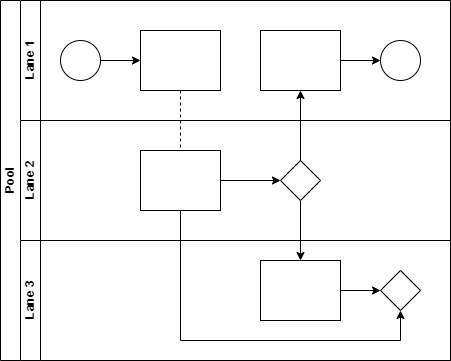
Before: 222.drawio.png, a diagram exported from draw.io (liodegwin/diagrams). Source tidied: cells renumbered, new cells last; positions are measured from the earlier drawing's top-left corner, leaving out a move shared by most shapes. Its diagram source:
```xml
<mxGraphModel>
  <root>
    <mxCell id="0" />
    <mxCell id="1" parent="0" />
    <mxCell id="2" value="Pool" style="swimlane;html=1;horizontal=0;startSize=20;" parent="1" vertex="1">
      <mxGeometry width="450" height="360" as="geometry" />
    </mxCell>
    <mxCell id="3" style="edgeStyle=orthogonalEdgeStyle;rounded=0;jettySize=auto;html=1;dashed=1;endArrow=none;endFill=0;" parent="2" edge="1" source="10" target="16">
      <mxGeometry relative="1" as="geometry" />
    </mxCell>
    <mxCell id="4" style="edgeStyle=orthogonalEdgeStyle;rounded=0;jettySize=auto;html=1;endArrow=classic;endFill=1;" parent="2" edge="1" source="17" target="12">
      <mxGeometry relative="1" as="geometry" />
    </mxCell>
    <mxCell id="5" style="edgeStyle=orthogonalEdgeStyle;rounded=0;jettySize=auto;html=1;endArrow=classic;endFill=1;" parent="2" edge="1" source="17" target="20">
      <mxGeometry relative="1" as="geometry" />
    </mxCell>
    <mxCell id="6" style="edgeStyle=orthogonalEdgeStyle;rounded=0;jettySize=auto;html=1;endArrow=classic;endFill=1;" parent="2" edge="1" source="16" target="21">
      <mxGeometry relative="1" as="geometry">
        <Array as="points">
          <mxPoint x="180" y="340" />
          <mxPoint x="400" y="340" />
        </Array>
      </mxGeometry>
    </mxCell>
    <mxCell id="7" value="Lane 1" style="swimlane;html=1;startSize=20;horizontal=0;" parent="2" vertex="1">
      <mxGeometry x="20" width="430" height="120" as="geometry" />
    </mxCell>
    <mxCell id="8" style="edgeStyle=orthogonalEdgeStyle;rounded=0;jettySize=auto;html=1;" parent="7" edge="1" source="9" target="10">
      <mxGeometry relative="1" as="geometry" />
    </mxCell>
    <mxCell id="9" style="ellipse;whiteSpace=wrap;html=1;" parent="7" vertex="1">
      <mxGeometry x="40" y="40" width="40" height="40" as="geometry" />
    </mxCell>
    <mxCell id="10" style="rounded=0;whiteSpace=wrap;html=1;fontFamily=Helvetica;fontSize=12;fontColor=#000000;align=center;" parent="7" vertex="1">
      <mxGeometry x="120" y="30" width="80" height="60" as="geometry" />
    </mxCell>
    <mxCell id="11" style="edgeStyle=orthogonalEdgeStyle;rounded=0;jettySize=auto;html=1;endArrow=classic;endFill=1;" parent="7" edge="1" source="12" target="13">
      <mxGeometry relative="1" as="geometry" />
    </mxCell>
    <mxCell id="12" style="rounded=0;whiteSpace=wrap;html=1;fontFamily=Helvetica;fontSize=12;fontColor=#000000;align=center;" parent="7" vertex="1">
      <mxGeometry x="240" y="30" width="80" height="60" as="geometry" />
    </mxCell>
    <mxCell id="13" style="ellipse;whiteSpace=wrap;html=1;" parent="7" vertex="1">
      <mxGeometry x="360" y="40" width="40" height="40" as="geometry" />
    </mxCell>
    <mxCell id="14" value="Lane 2" style="swimlane;html=1;startSize=20;horizontal=0;" parent="2" vertex="1">
      <mxGeometry x="20" y="120" width="430" height="120" as="geometry" />
    </mxCell>
    <mxCell id="15" style="edgeStyle=orthogonalEdgeStyle;rounded=0;jettySize=auto;html=1;endArrow=classic;endFill=1;" parent="14" edge="1" source="16" target="17">
      <mxGeometry relative="1" as="geometry" />
    </mxCell>
    <mxCell id="16" style="rounded=0;whiteSpace=wrap;html=1;fontFamily=Helvetica;fontSize=12;fontColor=#000000;align=center;" parent="14" vertex="1">
      <mxGeometry x="120" y="30" width="80" height="60" as="geometry" />
    </mxCell>
    <mxCell id="17" style="rhombus;whiteSpace=wrap;html=1;fontFamily=Helvetica;fontSize=12;fontColor=#000000;align=center;" parent="14" vertex="1">
      <mxGeometry x="260" y="40" width="40" height="40" as="geometry" />
    </mxCell>
    <mxCell id="18" value="Lane 3" style="swimlane;html=1;startSize=20;horizontal=0;" parent="2" vertex="1">
      <mxGeometry x="20" y="240" width="430" height="120" as="geometry" />
    </mxCell>
    <mxCell id="19" style="edgeStyle=orthogonalEdgeStyle;rounded=0;jettySize=auto;html=1;endArrow=classic;endFill=1;" parent="18" edge="1" source="20" target="21">
      <mxGeometry relative="1" as="geometry" />
    </mxCell>
    <mxCell id="20" style="rounded=0;whiteSpace=wrap;html=1;fontFamily=Helvetica;fontSize=12;fontColor=#000000;align=center;" parent="18" vertex="1">
      <mxGeometry x="240" y="20" width="80" height="60" as="geometry" />
    </mxCell>
    <mxCell id="21" style="rhombus;whiteSpace=wrap;html=1;fontFamily=Helvetica;fontSize=12;fontColor=#000000;align=center;" parent="18" vertex="1">
      <mxGeometry x="360" y="30" width="40" height="40" as="geometry" />
    </mxCell>
  </root>
</mxGraphModel>
```
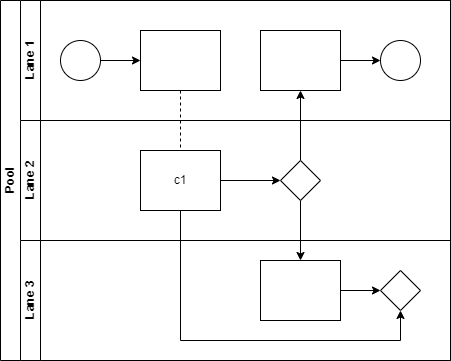
After the commit.

What changed in the source:
```diff
@@ -49,7 +49,7 @@
     <mxCell id="15" style="edgeStyle=orthogonalEdgeStyle;rounded=0;jettySize=auto;html=1;endArrow=classic;endFill=1;" parent="14" edge="1" source="16" target="17">
       <mxGeometry relative="1" as="geometry" />
     </mxCell>
-    <mxCell id="16" style="rounded=0;whiteSpace=wrap;html=1;fontFamily=Helvetica;fontSize=12;fontColor=#000000;align=center;" parent="14" vertex="1">
+    <mxCell id="16" value="c1" style="rounded=0;whiteSpace=wrap;html=1;fontFamily=Helvetica;fontSize=12;fontColor=#000000;align=center;" parent="14" vertex="1">
       <mxGeometry x="120" y="30" width="80" height="60" as="geometry" />
     </mxCell>
     <mxCell id="17" style="rhombus;whiteSpace=wrap;html=1;fontFamily=Helvetica;fontSize=12;fontColor=#000000;align=center;" parent="14" vertex="1">
```
